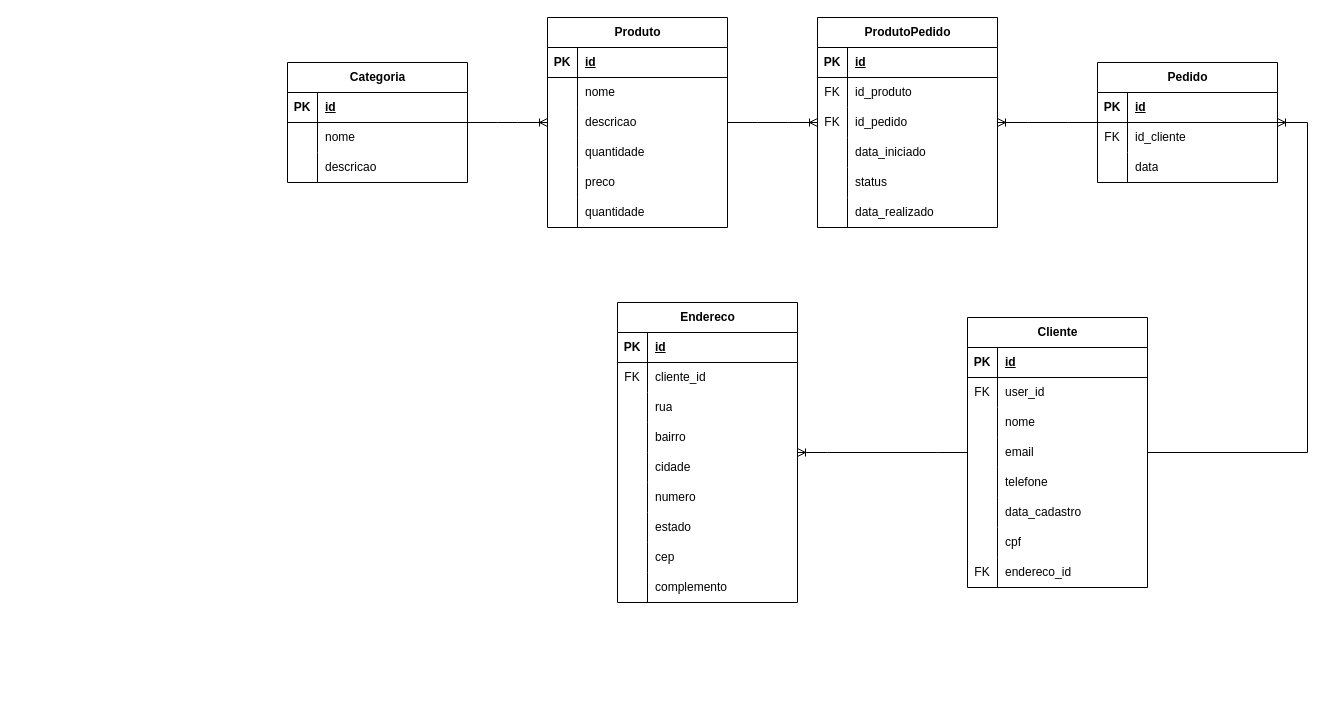
renatog17/ecommerce-back keeps this draw.io diagram as ecommerce.drawio. Above is the earlier version. Source tidied: cells renumbered, new cells numbered last; positions are measured from the earlier drawing's top-left corner, leaving out a move shared by most shapes. Both pictures are drawn from the tidied source at 100%, with x=0, y=0 at pixel (287, 17).
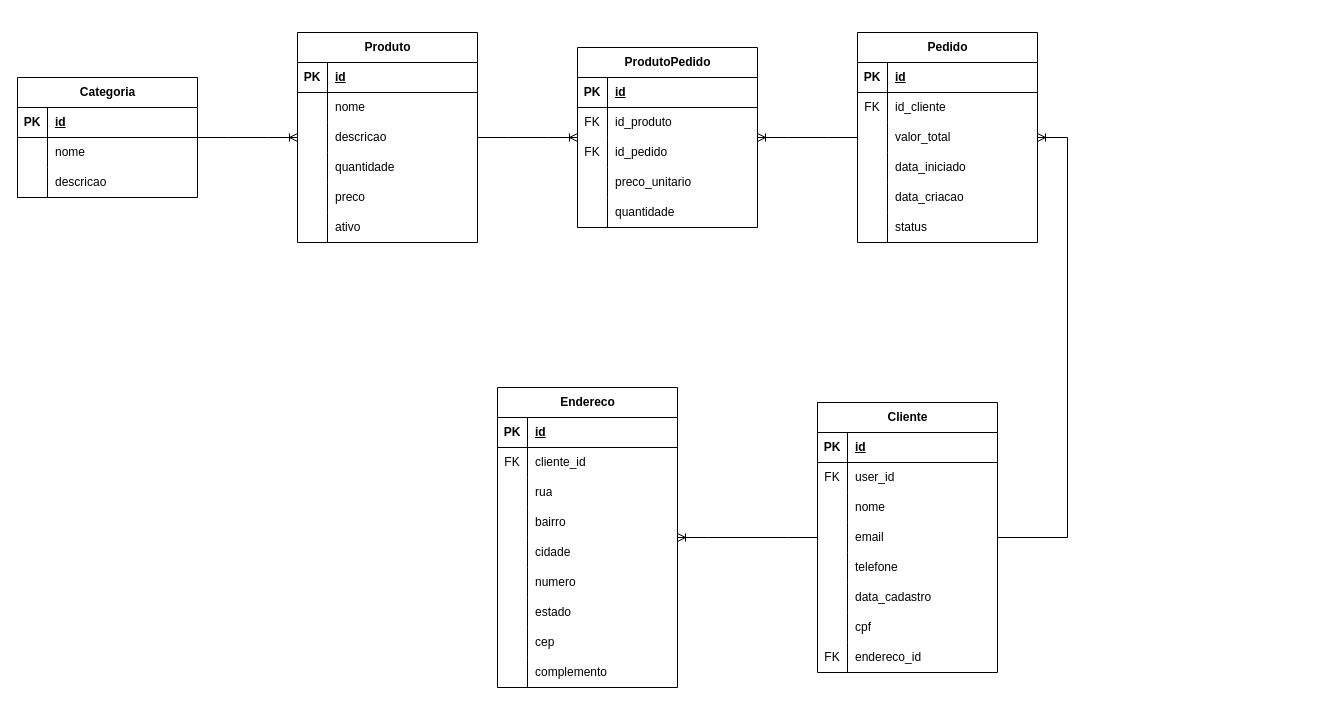
After the change.

Unchanged cells that the change refers to:
```xml
<mxCell id="28" style="shape=tableRow;horizontal=0;startSize=0;swimlaneHead=0;swimlaneBody=0;fillColor=none;top=0;left=0;right=0;bottom=0;" parent="21" vertex="1">
  <mxGeometry y="90" width="180" height="30" as="geometry" />
</mxCell>
```

Diff of the diagram source:
```diff
@@
     <mxCell id="2" value="Produto" style="shape=table;startSize=30;childLayout=tableLayout;rowLines=0;fontStyle=1;align=center;html=1;" parent="1" vertex="1">
-      <mxGeometry x="260" width="180" height="210" as="geometry" />
+      <mxGeometry x="10" y="15" width="180" height="210" as="geometry" />
     </mxCell>
@@
-    <mxCell id="18" style="shape=tableRow;horizontal=0;startSize=0;swimlaneHead=0;swimlaneBody=0;fillColor=none;top=0;left=0;right=0;bottom=0;" parent="2" vertex="1">
-      <mxGeometry y="180" width="180" height="30" as="geometry" />
-    </mxCell>
-    <mxCell id="19" style="shape=partialRectangle;fillColor=none;top=0;left=0;bottom=0;right=0;overflow=hidden;whiteSpace=wrap;html=1;" parent="18" vertex="1">
-      <mxGeometry width="30" height="30" as="geometry" />
-    </mxCell>
-    <mxCell id="20" value="quantidade" style="shape=partialRectangle;fillColor=none;top=0;left=0;bottom=0;right=0;align=left;spacingLeft=6;overflow=hidden;whiteSpace=wrap;html=1;" parent="18" vertex="1">
-      <mxGeometry x="30" width="150" height="30" as="geometry" />
-    </mxCell>
+    <mxCell id="118" style="shape=tableRow;horizontal=0;startSize=0;swimlaneHead=0;swimlaneBody=0;fillColor=none;top=0;left=0;right=0;bottom=0;" parent="2" vertex="1">
+      <mxGeometry y="180" width="180" height="30" as="geometry" />
+    </mxCell>
+    <mxCell id="119" style="shape=partialRectangle;fillColor=none;top=0;left=0;bottom=0;right=0;overflow=hidden;whiteSpace=wrap;html=1;" parent="118" vertex="1">
+      <mxGeometry width="30" height="30" as="geometry" />
+    </mxCell>
+    <mxCell id="120" value="ativo" style="shape=partialRectangle;fillColor=none;top=0;left=0;bottom=0;right=0;align=left;spacingLeft=6;overflow=hidden;whiteSpace=wrap;html=1;" parent="118" vertex="1">
+      <mxGeometry x="30" width="150" height="30" as="geometry" />
+    </mxCell>
     <mxCell id="21" value="Pedido" style="shape=table;startSize=30;childLayout=tableLayout;rowLines=0;fontStyle=1;align=center;html=1;" parent="1" vertex="1">
-      <mxGeometry x="810" y="45" width="180" height="120" as="geometry" />
+      <mxGeometry x="570" y="15" width="180" height="210" as="geometry" />
     </mxCell>
@@
-    <mxCell id="29" style="shape=partialRectangle;fillColor=none;top=0;left=0;bottom=0;right=0;overflow=hidden;whiteSpace=wrap;html=1;" parent="28" vertex="1">
-      <mxGeometry width="30" height="30" as="geometry" />
-    </mxCell>
-    <mxCell id="30" value="data" style="shape=partialRectangle;fillColor=none;top=0;left=0;bottom=0;right=0;align=left;spacingLeft=6;overflow=hidden;whiteSpace=wrap;html=1;" parent="28" vertex="1">
-      <mxGeometry x="30" width="150" height="30" as="geometry" />
-    </mxCell>
+    <mxCell id="121" style="shape=partialRectangle;fillColor=none;top=0;left=0;bottom=0;right=0;overflow=hidden;whiteSpace=wrap;html=1;" parent="28" vertex="1">
+      <mxGeometry width="30" height="30" as="geometry" />
+    </mxCell>
+    <mxCell id="122" value="valor_total" style="shape=partialRectangle;fillColor=none;top=0;left=0;bottom=0;right=0;align=left;spacingLeft=6;overflow=hidden;whiteSpace=wrap;html=1;" parent="28" vertex="1">
+      <mxGeometry x="30" width="150" height="30" as="geometry" />
+    </mxCell>
+    <mxCell id="123" style="shape=tableRow;horizontal=0;startSize=0;swimlaneHead=0;swimlaneBody=0;fillColor=none;top=0;left=0;right=0;bottom=0;" parent="21" vertex="1">
+      <mxGeometry y="120" width="180" height="30" as="geometry" />
+    </mxCell>
+    <mxCell id="124" style="shape=partialRectangle;fillColor=none;top=0;left=0;bottom=0;right=0;overflow=hidden;whiteSpace=wrap;html=1;" parent="123" vertex="1">
+      <mxGeometry width="30" height="30" as="geometry" />
+    </mxCell>
+    <mxCell id="43" value="data_iniciado" style="shape=partialRectangle;fillColor=none;top=0;left=0;bottom=0;right=0;align=left;spacingLeft=6;overflow=hidden;whiteSpace=wrap;html=1;" parent="123" vertex="1">
+      <mxGeometry x="30" width="150" height="30" as="geometry" />
+    </mxCell>
+    <mxCell id="125" style="shape=tableRow;horizontal=0;startSize=0;swimlaneHead=0;swimlaneBody=0;fillColor=none;top=0;left=0;right=0;bottom=0;" parent="21" vertex="1">
+      <mxGeometry y="150" width="180" height="30" as="geometry" />
+    </mxCell>
+    <mxCell id="126" style="shape=partialRectangle;fillColor=none;top=0;left=0;bottom=0;right=0;overflow=hidden;whiteSpace=wrap;html=1;" parent="125" vertex="1">
+      <mxGeometry width="30" height="30" as="geometry" />
+    </mxCell>
+    <mxCell id="127" value="data_criacao" style="shape=partialRectangle;fillColor=none;top=0;left=0;bottom=0;right=0;align=left;spacingLeft=6;overflow=hidden;whiteSpace=wrap;html=1;" parent="125" vertex="1">
+      <mxGeometry x="30" width="150" height="30" as="geometry" />
+    </mxCell>
+    <mxCell id="128" style="shape=tableRow;horizontal=0;startSize=0;swimlaneHead=0;swimlaneBody=0;fillColor=none;top=0;left=0;right=0;bottom=0;" parent="21" vertex="1">
+      <mxGeometry y="180" width="180" height="30" as="geometry" />
+    </mxCell>
+    <mxCell id="129" style="shape=partialRectangle;fillColor=none;top=0;left=0;bottom=0;right=0;overflow=hidden;whiteSpace=wrap;html=1;" parent="128" vertex="1">
+      <mxGeometry width="30" height="30" as="geometry" />
+    </mxCell>
+    <mxCell id="46" value="status" style="shape=partialRectangle;fillColor=none;top=0;left=0;bottom=0;right=0;align=left;spacingLeft=6;overflow=hidden;whiteSpace=wrap;html=1;" parent="128" vertex="1">
+      <mxGeometry x="30" width="150" height="30" as="geometry" />
+    </mxCell>
     <mxCell id="31" value="ProdutoPedido" style="shape=table;startSize=30;childLayout=tableLayout;rowLines=0;fontStyle=1;align=center;html=1;" parent="1" vertex="1">
-      <mxGeometry x="530" width="180" height="210" as="geometry" />
+      <mxGeometry x="290" y="30" width="180" height="180" as="geometry" />
     </mxCell>
@@
-    <mxCell id="41" style="shape=tableRow;horizontal=0;startSize=0;swimlaneHead=0;swimlaneBody=0;fillColor=none;top=0;left=0;right=0;bottom=0;" parent="31" vertex="1">
-      <mxGeometry y="120" width="180" height="30" as="geometry" />
-    </mxCell>
-    <mxCell id="42" style="shape=partialRectangle;fillColor=none;top=0;left=0;bottom=0;right=0;overflow=hidden;whiteSpace=wrap;html=1;" parent="41" vertex="1">
-      <mxGeometry width="30" height="30" as="geometry" />
-    </mxCell>
-    <mxCell id="43" value="data_iniciado" style="shape=partialRectangle;fillColor=none;top=0;left=0;bottom=0;right=0;align=left;spacingLeft=6;overflow=hidden;whiteSpace=wrap;html=1;" parent="41" vertex="1">
-      <mxGeometry x="30" width="150" height="30" as="geometry" />
-    </mxCell>
-    <mxCell id="44" style="shape=tableRow;horizontal=0;startSize=0;swimlaneHead=0;swimlaneBody=0;fillColor=none;top=0;left=0;right=0;bottom=0;" parent="31" vertex="1">
-      <mxGeometry y="150" width="180" height="30" as="geometry" />
-    </mxCell>
-    <mxCell id="45" style="shape=partialRectangle;fillColor=none;top=0;left=0;bottom=0;right=0;overflow=hidden;whiteSpace=wrap;html=1;" parent="44" vertex="1">
-      <mxGeometry width="30" height="30" as="geometry" />
-    </mxCell>
-    <mxCell id="46" value="status" style="shape=partialRectangle;fillColor=none;top=0;left=0;bottom=0;right=0;align=left;spacingLeft=6;overflow=hidden;whiteSpace=wrap;html=1;" parent="44" vertex="1">
-      <mxGeometry x="30" width="150" height="30" as="geometry" />
-    </mxCell>
-    <mxCell id="47" style="shape=tableRow;horizontal=0;startSize=0;swimlaneHead=0;swimlaneBody=0;fillColor=none;top=0;left=0;right=0;bottom=0;" parent="31" vertex="1">
-      <mxGeometry y="180" width="180" height="30" as="geometry" />
-    </mxCell>
-    <mxCell id="48" style="shape=partialRectangle;fillColor=none;top=0;left=0;bottom=0;right=0;overflow=hidden;whiteSpace=wrap;html=1;" parent="47" vertex="1">
-      <mxGeometry width="30" height="30" as="geometry" />
-    </mxCell>
-    <mxCell id="49" value="data_realizado" style="shape=partialRectangle;fillColor=none;top=0;left=0;bottom=0;right=0;align=left;spacingLeft=6;overflow=hidden;whiteSpace=wrap;html=1;" parent="47" vertex="1">
-      <mxGeometry x="30" width="150" height="30" as="geometry" />
-    </mxCell>
+    <mxCell id="130" style="shape=tableRow;horizontal=0;startSize=0;swimlaneHead=0;swimlaneBody=0;fillColor=none;top=0;left=0;right=0;bottom=0;" parent="31" vertex="1">
+      <mxGeometry y="120" width="180" height="30" as="geometry" />
+    </mxCell>
+    <mxCell id="131" style="shape=partialRectangle;fillColor=none;top=0;left=0;bottom=0;right=0;overflow=hidden;whiteSpace=wrap;html=1;" parent="130" vertex="1">
+      <mxGeometry width="30" height="30" as="geometry" />
+    </mxCell>
+    <mxCell id="132" value="preco_unitario" style="shape=partialRectangle;fillColor=none;top=0;left=0;bottom=0;right=0;align=left;spacingLeft=6;overflow=hidden;whiteSpace=wrap;html=1;" parent="130" vertex="1">
+      <mxGeometry x="30" width="150" height="30" as="geometry" />
+    </mxCell>
+    <mxCell id="133" style="shape=tableRow;horizontal=0;startSize=0;swimlaneHead=0;swimlaneBody=0;fillColor=none;top=0;left=0;right=0;bottom=0;" parent="31" vertex="1">
+      <mxGeometry y="150" width="180" height="30" as="geometry" />
+    </mxCell>
+    <mxCell id="134" style="shape=partialRectangle;fillColor=none;top=0;left=0;bottom=0;right=0;overflow=hidden;whiteSpace=wrap;html=1;" parent="133" vertex="1">
+      <mxGeometry width="30" height="30" as="geometry" />
+    </mxCell>
+    <mxCell id="20" value="quantidade" style="shape=partialRectangle;fillColor=none;top=0;left=0;bottom=0;right=0;align=left;spacingLeft=6;overflow=hidden;whiteSpace=wrap;html=1;" parent="133" vertex="1">
+      <mxGeometry x="30" width="150" height="30" as="geometry" />
+    </mxCell>
     <mxCell id="50" value="Cliente" style="shape=table;startSize=30;childLayout=tableLayout;rowLines=0;fontStyle=1;align=center;html=1;" parent="1" vertex="1">
-      <mxGeometry x="680" y="300" width="180" height="270" as="geometry" />
+      <mxGeometry x="530" y="385" width="180" height="270" as="geometry" />
     </mxCell>
@@
     <mxCell id="75" value="Endereco" style="shape=table;startSize=30;childLayout=tableLayout;rowLines=0;fontStyle=1;align=center;html=1;" parent="1" vertex="1">
-      <mxGeometry x="330" y="285" width="180" height="300" as="geometry" />
+      <mxGeometry x="210" y="370" width="180" height="300" as="geometry" />
     </mxCell>
@@
     <mxCell id="103" value="Categoria" style="shape=table;startSize=30;childLayout=tableLayout;rowLines=0;fontStyle=1;align=center;html=1;" parent="1" vertex="1">
-      <mxGeometry y="45" width="180" height="120" as="geometry" />
+      <mxGeometry x="-270" y="60" width="180" height="120" as="geometry" />
     </mxCell>
```
